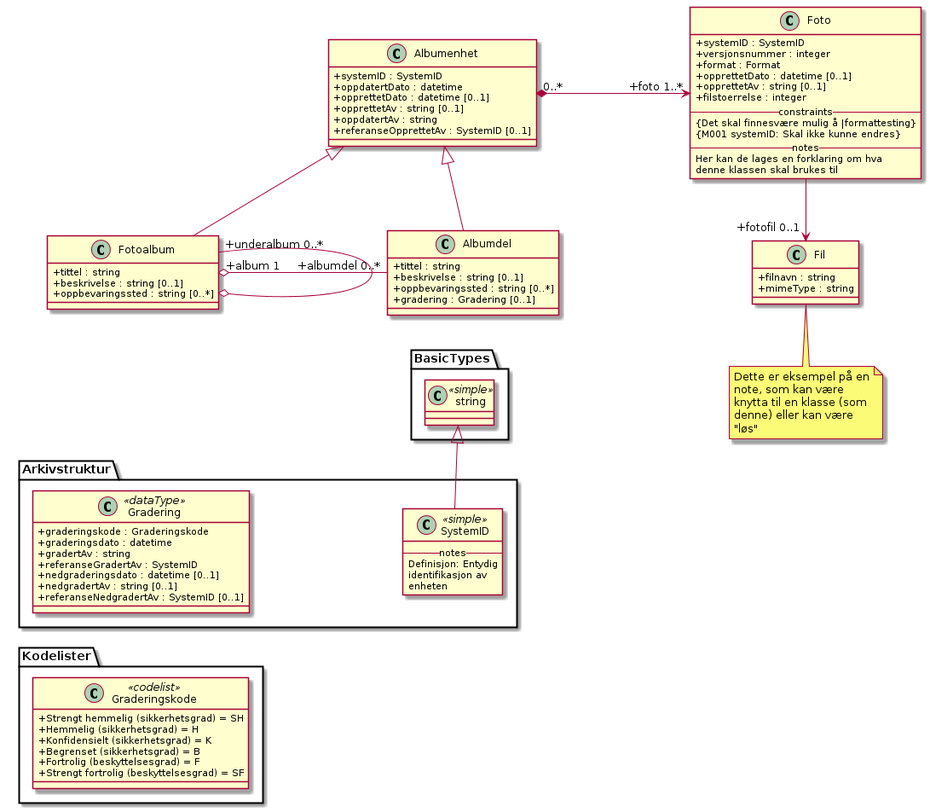
This is kapitler/media/uml-forklaring-om-notasjon-som-er-brukt.png from arkivverket/noark5-tjenestegrensesnitt-standard, a PlantUML export, as it was before one commit.
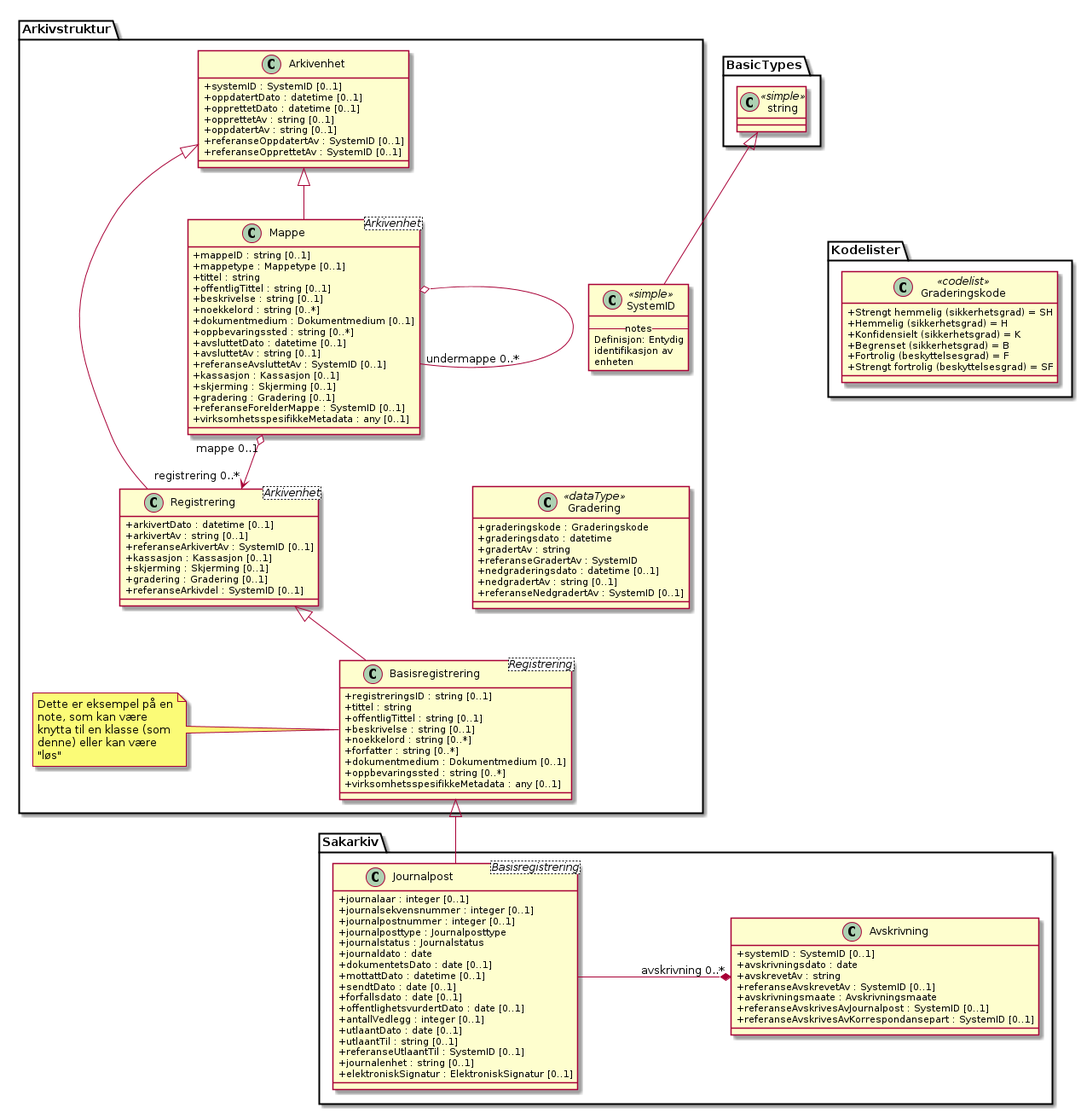
The same diagram one commit later.

Change to the diagram source:
```diff
@@ -2,52 +2,90 @@
 skinparam classAttributeIconSize 0
 skinparam nodesep 180
 
-class Albumenhet {
-  +systemID : SystemID
-  +oppdatertDato : datetime
+
+class Arkivstruktur.Arkivenhet {
+  +systemID : SystemID [0..1]
+  +oppdatertDato : datetime [0..1]
   +opprettetDato : datetime [0..1]
   +opprettetAv : string [0..1]
-  +oppdatertAv : string
+  +oppdatertAv : string [0..1]
+  +referanseOppdatertAv : SystemID [0..1]
   +referanseOpprettetAv : SystemID [0..1]
 }
-class Foto {
-  +systemID : SystemID
-  +versjonsnummer : integer
-  +format : Format
-  +opprettetDato : datetime [0..1]
-  +opprettetAv : string [0..1]
-  +filstoerrelse : integer
-  -- constraints --
-  {Det skal finnesvære mulig å |formattesting}
-  {M001 systemID: Skal ikke kunne endres}
-  -- notes --
-  Her kan de lages en forklaring om hva
-  denne klassen skal brukes til
+class Sakarkiv.Avskrivning {
+  +systemID : SystemID [0..1]
+  +avskrivningsdato : date
+  +avskrevetAv : string
+  +referanseAvskrevetAv : SystemID [0..1]
+  +avskrivningsmaate : Avskrivningsmaate
+  +referanseAvskrivesAvJournalpost : SystemID [0..1]
+  +referanseAvskrivesAvKorrespondansepart : SystemID [0..1]
 }
-Albumenhet "0..*" *-> "+foto 1..*" Foto
-class Fil {
-  +filnavn : string
-  +mimeType : string
+class Arkivstruktur.Basisregistrering <Registrering> {
+  +registreringsID : string [0..1]
+  +tittel : string
+  +offentligTittel : string [0..1]
+  +beskrivelse : string [0..1]
+  +noekkelord : string [0..*]
+  +forfatter : string [0..*]
+  +dokumentmedium : Dokumentmedium [0..1]
+  +oppbevaringssted : string [0..*]
+  +virksomhetsspesifikkeMetadata : any [0..1]
 }
-Foto --> "+fotofil 0..1" Fil
-note bottom of Fil : Dette er eksempel på en\nnote, som kan være\nknytta til en klasse (som\ndenne) eller kan være\n"løs"
-
-class Fotoalbum {
+class Sakarkiv.Journalpost <Basisregistrering> {
+  +journalaar : integer [0..1]
+  +journalsekvensnummer : integer [0..1]
+  +journalpostnummer : integer [0..1]
+  +journalposttype : Journalposttype
+  +journalstatus : Journalstatus
+  +journaldato : date
+  +dokumentetsDato : date [0..1]
+  +mottattDato : datetime [0..1]
+  +sendtDato : date [0..1]
+  +forfallsdato : date [0..1]
+  +offentlighetsvurdertDato : date [0..1]
+  +antallVedlegg : integer [0..1]
+  +utlaantDato : date [0..1]
+  +utlaantTil : string [0..1]
+  +referanseUtlaantTil : SystemID [0..1]
+  +journalenhet : string [0..1]
+  +elektroniskSignatur : ElektroniskSignatur [0..1]
+}
+class Arkivstruktur.Mappe <Arkivenhet> {
+  +mappeID : string [0..1]
+  +mappetype : Mappetype [0..1]
   +tittel : string
+  +offentligTittel : string [0..1]
   +beskrivelse : string [0..1]
+  +noekkelord : string [0..*]
+  +dokumentmedium : Dokumentmedium [0..1]
   +oppbevaringssted : string [0..*]
+  +avsluttetDato : datetime [0..1]
+  +avsluttetAv : string [0..1]
+  +referanseAvsluttetAv : SystemID [0..1]
+  +kassasjon : Kassasjon [0..1]
+  +skjerming : Skjerming [0..1]
+  +gradering : Gradering [0..1]
+  +referanseForelderMappe : SystemID [0..1]
+  +virksomhetsspesifikkeMetadata : any [0..1]
 }
-class Albumdel {
-  +tittel : string
-  +beskrivelse : string [0..1]
-  +oppbevaringssted : string [0..*]
+class Arkivstruktur.Registrering <Arkivenhet> {
+  +arkivertDato : datetime [0..1]
+  +arkivertAv : string [0..1]
+  +referanseArkivertAv : SystemID [0..1]
+  +kassasjon : Kassasjon [0..1]
+  +skjerming : Skjerming [0..1]
   +gradering : Gradering [0..1]
+  +referanseArkivdel : SystemID [0..1]
 }
-Fotoalbum "+underalbum 0..*" --o Fotoalbum
-Fotoalbum "+album 1" o- "+albumdel 0..*" Albumdel
-Albumenhet <|-- Fotoalbum
-Albumenhet <|-- Albumdel
-
+class Kodelister.Graderingskode <<codelist>> {
+  {field} +Strengt hemmelig (sikkerhetsgrad) = SH
+  {field} +Hemmelig (sikkerhetsgrad) = H
+  {field} +Konfidensielt (sikkerhetsgrad) = K
+  {field} +Begrenset (sikkerhetsgrad) = B
+  {field} +Fortrolig (beskyttelsesgrad) = F
+  {field} +Strengt fortrolig (beskyttelsesgrad) = SF
+}
 class Arkivstruktur.Gradering <<dataType>> {
   +graderingskode : Graderingskode
   +graderingsdato : datetime
@@ -57,13 +95,19 @@
   +nedgradertAv : string [0..1]
   +referanseNedgradertAv : SystemID [0..1]
 }
-class Kodelister.Graderingskode <<codelist>> {
-  {field} +Strengt hemmelig (sikkerhetsgrad) = SH
-  {field} +Hemmelig (sikkerhetsgrad) = H
-  {field} +Konfidensielt (sikkerhetsgrad) = K
-  {field} +Begrenset (sikkerhetsgrad) = B
-  {field} +Fortrolig (beskyttelsesgrad) = F
-  {field} +Strengt fortrolig (beskyttelsesgrad) = SF
+
+Arkivstruktur.Arkivenhet <|-- Arkivstruktur.Mappe
+Arkivstruktur.Arkivenhet <|-- Arkivstruktur.Registrering
+Arkivstruktur.Registrering <|-- Arkivstruktur.Basisregistrering
+Arkivstruktur.Basisregistrering <|-- Sakarkiv.Journalpost
+
+Arkivstruktur.Arkivenhet --[hidden] Arkivstruktur.SystemID
+
+Arkivstruktur.Mappe o-- "undermappe 0..*" Arkivstruktur.Mappe
+Arkivstruktur.Mappe "mappe 0..1" o--> "registrering 0..*" Arkivstruktur.Registrering
+Sakarkiv.Journalpost -* "avskrivning 0..*" Sakarkiv.Avskrivning
+package Arkivstruktur {
+note left of Arkivstruktur.Basisregistrering : Dette er eksempel på en\nnote, som kan være\nknytta til en klasse (som\ndenne) eller kan være\n"løs"
 }
 
 class Arkivstruktur.SystemID <<simple>> {
@@ -75,7 +119,6 @@
 class BasicTypes.string <<simple>>
 class Arkivstruktur.SystemID <<simple>>
 BasicTypes.string <|-- Arkivstruktur.SystemID
-Fotoalbum <-[hidden]- Arkivstruktur.Gradering
-Arkivstruktur.Gradering <-[hidden]- Kodelister.Graderingskode
-Albumdel <-[hidden]- BasicTypes.string
+Arkivstruktur.Gradering <-[hidden] Arkivstruktur.Registrering
+Kodelister.Graderingskode <-[hidden] Arkivstruktur.Gradering
 @enduml
```
